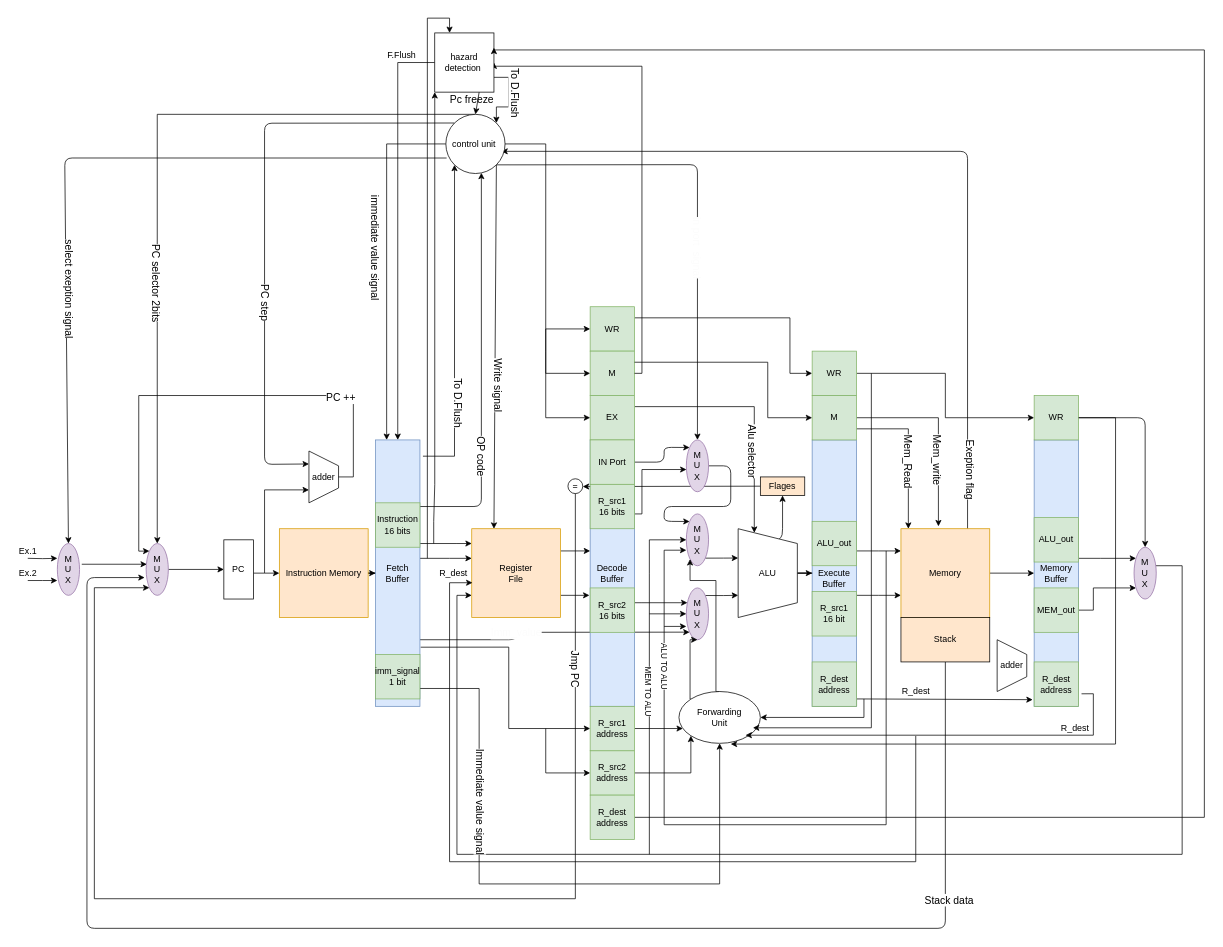
Before: Schema.drawio in menna15/RISCPiP, a draw.io diagram. Source tidied: cells renumbered, new cells numbered last; positions are measured from the earlier drawing's top-left corner, leaving out a move shared by most shapes. Both pictures are drawn from the tidied source at 74%, with x=0, y=0 at pixel (13, 18).
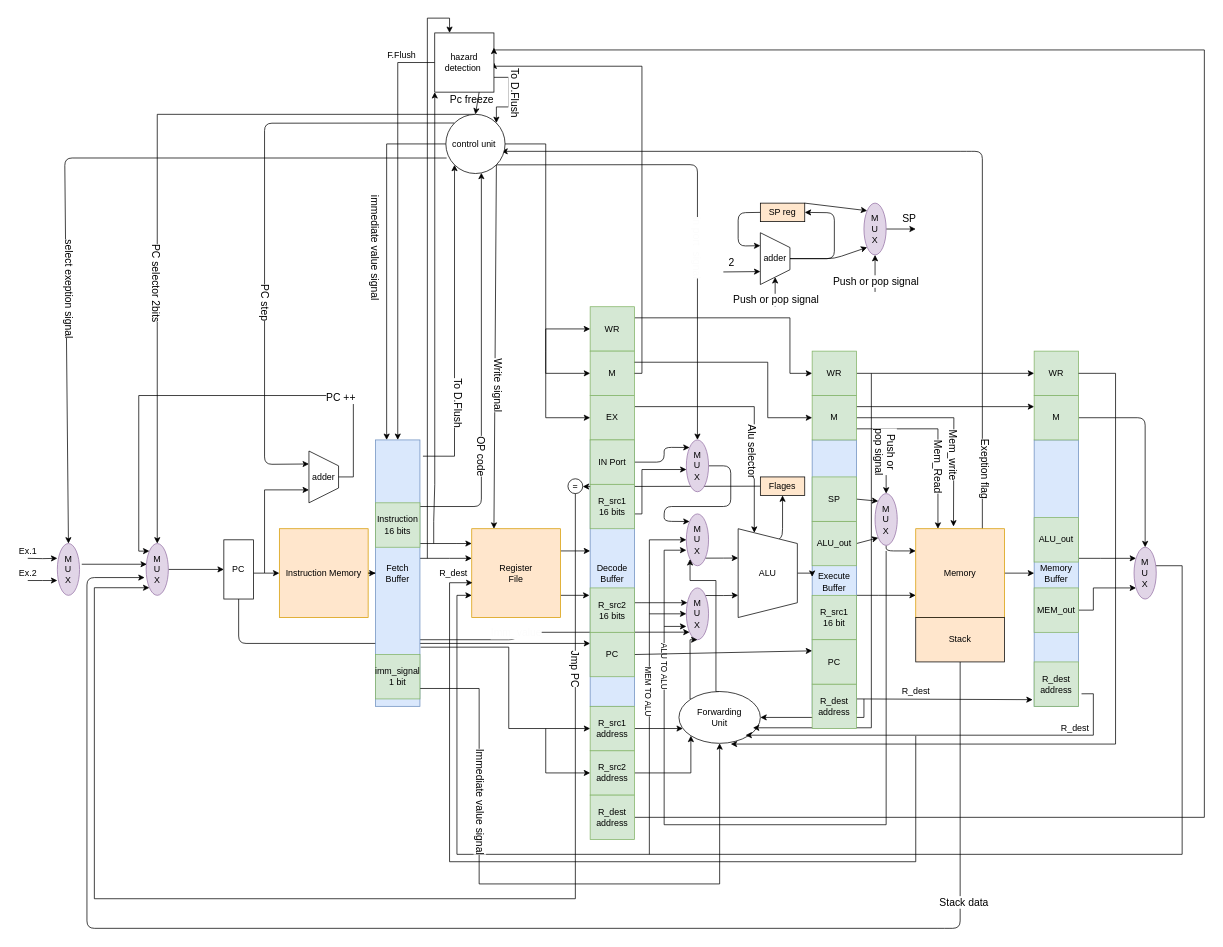
Above is the later version.

Unchanged cells that the change refers to:
```xml
<mxCell id="5" value="PC" style="rounded=0;whiteSpace=wrap;html=1;direction=south;" parent="1" vertex="1">
  <mxGeometry x="285" y="705" width="40" height="80" as="geometry" />
</mxCell>
<mxCell id="73" value="&lt;font color=&quot;#000000&quot;&gt;M&lt;/font&gt;" style="whiteSpace=wrap;html=1;fillColor=#d5e8d4;strokeColor=#82b366;" parent="1" vertex="1">
  <mxGeometry x="1080" y="510" width="60" height="60" as="geometry" />
</mxCell>
<mxCell id="79" value="&lt;div&gt;&lt;font color=&quot;#000000&quot;&gt;M&lt;/font&gt;&lt;/div&gt;&lt;div&gt;&lt;font color=&quot;#000000&quot;&gt;U&lt;/font&gt;&lt;/div&gt;&lt;div&gt;&lt;font color=&quot;#000000&quot;&gt;X&lt;/font&gt;&lt;/div&gt;" style="ellipse;whiteSpace=wrap;html=1;fillColor=#e1d5e7;strokeColor=#9673a6;" parent="1" vertex="1">
  <mxGeometry x="1515" y="715" width="30" height="70" as="geometry" />
</mxCell>
<mxCell id="83" value="&lt;div&gt;&lt;font color=&quot;#000000&quot;&gt;M&lt;/font&gt;&lt;/div&gt;&lt;div&gt;&lt;font color=&quot;#000000&quot;&gt;U&lt;/font&gt;&lt;/div&gt;&lt;div&gt;&lt;font color=&quot;#000000&quot;&gt;X&lt;/font&gt;&lt;/div&gt;" style="ellipse;whiteSpace=wrap;html=1;fillColor=#e1d5e7;strokeColor=#9673a6;" parent="1" vertex="1">
  <mxGeometry x="180" y="710" width="30" height="70" as="geometry" />
</mxCell>
<mxCell id="100" value="control unit&amp;nbsp;" style="ellipse;whiteSpace=wrap;html=1;" parent="1" vertex="1">
  <mxGeometry x="585" y="130" width="80" height="80" as="geometry" />
</mxCell>
<mxCell id="142" value="&lt;font color=&quot;#000000&quot;&gt;ALU_out&lt;br&gt;&lt;/font&gt;" style="whiteSpace=wrap;html=1;fillColor=#d5e8d4;strokeColor=#82b366;" parent="1" vertex="1">
  <mxGeometry x="1080" y="680" width="60" height="60" as="geometry" />
</mxCell>
```

What changed in the source:
```diff
@@
+    <mxCell id="147" style="edgeStyle=none;html=1;exitX=1;exitY=0.5;exitDx=0;exitDy=0;entryX=0;entryY=0.25;entryDx=0;entryDy=0;" parent="1" edge="1" source="5" target="155">
+      <mxGeometry relative="1" as="geometry">
+        <Array as="points">
+          <mxPoint x="305" y="845" />
+        </Array>
+      </mxGeometry>
+    </mxCell>
@@
-    <mxCell id="18" style="edgeStyle=orthogonalEdgeStyle;rounded=0;jettySize=auto;html=1;" parent="1" edge="1" source="21" target="64">
-      <mxGeometry relative="1" as="geometry">
-        <Array as="points">
-          <mxPoint x="1170" y="720" />
-          <mxPoint x="1170" y="720" />
-        </Array>
-      </mxGeometry>
-    </mxCell>
@@
     <mxCell id="21" value="&lt;div&gt;&lt;font color=&quot;#000000&quot;&gt;&lt;br&gt;&lt;/font&gt;&lt;/div&gt;&lt;div&gt;&lt;font color=&quot;#000000&quot;&gt;Execute&lt;br&gt;&lt;/font&gt;&lt;/div&gt;&lt;div&gt;&lt;font color=&quot;#000000&quot;&gt;Buffer&lt;/font&gt;&lt;/div&gt;" style="rounded=0;whiteSpace=wrap;html=1;fillColor=#dae8fc;strokeColor=#6c8ebf;" parent="1" vertex="1">
-      <mxGeometry x="1080" y="570" width="60" height="360" as="geometry" />
+      <mxGeometry x="1080" y="570" width="60" height="370" as="geometry" />
     </mxCell>
@@
     <mxCell id="62" style="edgeStyle=none;html=1;exitX=0.75;exitY=0;exitDx=0;exitDy=0;entryX=0.938;entryY=0.625;entryDx=0;entryDy=0;entryPerimeter=0;" parent="1" edge="1" source="64" target="100">
       <mxGeometry relative="1" as="geometry">
         <Array as="points">
+          <mxPoint x="1310" y="180" />
           <mxPoint x="1290" y="180" />
         </Array>
       </mxGeometry>
     </mxCell>
@@
     <mxCell id="64" value="&lt;font color=&quot;#000000&quot;&gt;Memory&lt;/font&gt;" style="whiteSpace=wrap;html=1;fillColor=#ffe6cc;strokeColor=#d79b00;" parent="1" vertex="1">
-      <mxGeometry x="1200" y="690" width="120" height="120" as="geometry" />
+      <mxGeometry x="1220" y="690" width="120" height="120" as="geometry" />
     </mxCell>
@@
-    <mxCell id="67" style="edgeStyle=none;html=1;exitX=1;exitY=0.5;exitDx=0;exitDy=0;entryX=0.5;entryY=0;entryDx=0;entryDy=0;" parent="1" edge="1" source="68" target="79">
-      <mxGeometry relative="1" as="geometry">
-        <Array as="points">
-          <mxPoint x="1530" y="540" />
-        </Array>
-      </mxGeometry>
-    </mxCell>
     <mxCell id="68" value="&lt;font color=&quot;#000000&quot;&gt;WR&lt;/font&gt;" style="whiteSpace=wrap;html=1;fillColor=#d5e8d4;strokeColor=#82b366;" parent="1" vertex="1">
-      <mxGeometry x="1380" y="510" width="60" height="60" as="geometry" />
+      <mxGeometry x="1380" y="450" width="60" height="60" as="geometry" />
     </mxCell>
-    <mxCell id="69" style="edgeStyle=orthogonalEdgeStyle;rounded=0;jettySize=auto;html=1;exitX=1;exitY=0.5;exitDx=0;exitDy=0;entryX=0.422;entryY=-0.027;entryDx=0;entryDy=0;entryPerimeter=0;endArrow=classic;endFill=1;" parent="1" edge="1" source="73" target="64">
-      <mxGeometry relative="1" as="geometry" />
+    <mxCell id="69" style="edgeStyle=orthogonalEdgeStyle;rounded=0;jettySize=auto;html=1;exitX=1;exitY=0.5;exitDx=0;exitDy=0;endArrow=classic;endFill=1;" parent="1" edge="1" source="73">
+      <mxGeometry relative="1" as="geometry">
+        <mxPoint x="1271" y="687" as="targetPoint" />
+      </mxGeometry>
     </mxCell>
@@
-    <mxCell id="71" style="edgeStyle=orthogonalEdgeStyle;rounded=0;jettySize=auto;html=1;exitX=1;exitY=0.75;exitDx=0;exitDy=0;endArrow=classic;endFill=1;" parent="1" edge="1" source="73">
+    <mxCell id="71" style="edgeStyle=orthogonalEdgeStyle;rounded=0;jettySize=auto;html=1;exitX=1;exitY=0.75;exitDx=0;exitDy=0;endArrow=classic;endFill=1;entryX=0.25;entryY=0;entryDx=0;entryDy=0;" parent="1" edge="1" source="73" target="64">
       <mxGeometry relative="1" as="geometry">
-        <mxPoint x="1210" y="690" as="targetPoint" />
         <Array as="points">
-          <mxPoint x="1210" y="555" />
+          <mxPoint x="1250" y="555" />
         </Array>
       </mxGeometry>
     </mxCell>
     <mxCell id="72" value="&lt;font style=&quot;font-size: 14px&quot;&gt;Mem_Read&lt;/font&gt;" style="edgeLabel;html=1;align=center;verticalAlign=middle;rotation=90;" parent="71" vertex="1">
-      <mxGeometry x="0.1" y="1" relative="1" as="geometry" />
+      <mxGeometry x="0.1" y="1" relative="1" as="geometry">
+        <mxPoint y="25" as="offset" />
+      </mxGeometry>
     </mxCell>
+    <mxCell id="148" style="edgeStyle=none;html=1;exitX=1;exitY=0.25;exitDx=0;exitDy=0;entryX=0;entryY=0.25;entryDx=0;entryDy=0;" parent="1" edge="1" source="73" target="153">
+      <mxGeometry relative="1" as="geometry" />
+    </mxCell>
@@
     <mxCell id="77" style="endArrow=classic;html=1;rounded=0;exitX=1;exitY=0.5;exitDx=0;exitDy=0;" parent="1" edge="1" source="68">
       <mxGeometry relative="1" as="geometry">
         <mxPoint x="970" y="981" as="targetPoint" />
         <Array as="points">
+          <mxPoint x="1490" y="480" />
           <mxPoint x="1490" y="540" />
           <mxPoint x="1490" y="981" />
         </Array>
       </mxGeometry>
     </mxCell>
@@
     <mxCell id="126" style="endArrow=classic;html=1;entryX=-0.067;entryY=0.657;entryDx=0;entryDy=0;entryPerimeter=0;exitX=0.5;exitY=1;exitDx=0;exitDy=0;" parent="1" edge="1" source="128" target="83">
       <mxGeometry relative="1" as="geometry">
         <Array as="points">
+          <mxPoint x="1280" y="1230" />
           <mxPoint x="1260" y="1230" />
           <mxPoint x="100" y="1230" />
           <mxPoint x="100" y="756" />
         </Array>
       </mxGeometry>
     </mxCell>
@@
     <mxCell id="128" value="&lt;font color=&quot;#000000&quot;&gt;Stack&lt;/font&gt;" style="rounded=0;whiteSpace=wrap;html=1;fillColor=#FFE6CC;" parent="1" vertex="1">
-      <mxGeometry x="1200" y="810" width="120" height="60" as="geometry" />
+      <mxGeometry x="1220" y="810" width="120" height="60" as="geometry" />
     </mxCell>
@@
     <mxCell id="140" value="&lt;font color=&quot;#000000&quot;&gt;R_dest&lt;br&gt;&lt;/font&gt;&lt;span style=&quot;color: rgb(0 , 0 , 0)&quot;&gt;address&lt;/span&gt;&lt;font color=&quot;#000000&quot;&gt;&lt;br&gt;&lt;/font&gt;" style="whiteSpace=wrap;html=1;fillColor=#d5e8d4;strokeColor=#82b366;" parent="1" vertex="1">
-      <mxGeometry x="1080" y="870" width="60" height="60" as="geometry" />
+      <mxGeometry x="1080" y="900" width="60" height="60" as="geometry" />
     </mxCell>
@@
+    <mxCell id="149" style="edgeStyle=none;html=1;exitX=1;exitY=0.5;exitDx=0;exitDy=0;entryX=0;entryY=1;entryDx=0;entryDy=0;" parent="1" edge="1" source="142" target="170">
+      <mxGeometry relative="1" as="geometry" />
+    </mxCell>
@@
     <mxCell id="143" value="&lt;font color=&quot;#000000&quot;&gt;R_src1&lt;br&gt;&lt;/font&gt;&lt;font color=&quot;#000000&quot;&gt;16 bit&lt;br&gt;&lt;/font&gt;" style="whiteSpace=wrap;html=1;fillColor=#d5e8d4;strokeColor=#82b366;" parent="1" vertex="1">
-      <mxGeometry x="1080" y="775" width="60" height="60" as="geometry" />
+      <mxGeometry x="1080" y="780" width="60" height="60" as="geometry" />
     </mxCell>
@@
+    <mxCell id="150" style="edgeStyle=none;html=1;exitX=0.5;exitY=0;exitDx=0;exitDy=0;entryX=1;entryY=0.5;entryDx=0;entryDy=0;" parent="1" edge="1" source="146" target="158">
+      <mxGeometry relative="1" as="geometry">
+        <Array as="points">
+          <mxPoint x="1110" y="325" />
+          <mxPoint x="1110" y="263" />
+        </Array>
+      </mxGeometry>
+    </mxCell>
+    <mxCell id="151" style="edgeStyle=none;html=1;exitX=0.5;exitY=0;exitDx=0;exitDy=0;entryX=0;entryY=1;entryDx=0;entryDy=0;" parent="1" edge="1" source="146" target="168">
+      <mxGeometry relative="1" as="geometry">
+        <Array as="points">
+          <mxPoint x="1110" y="325" />
+        </Array>
+      </mxGeometry>
+    </mxCell>
     <mxCell id="146" value="adder" style="shape=trapezoid;perimeter=trapezoidPerimeter;whiteSpace=wrap;html=1;fixedSize=1;direction=south;" parent="1" vertex="1">
-      <mxGeometry x="1330" y="840" width="40" height="70" as="geometry" />
+      <mxGeometry x="1010" y="290" width="40" height="70" as="geometry" />
     </mxCell>
+    <mxCell id="152" style="edgeStyle=none;html=1;exitX=1;exitY=0.5;exitDx=0;exitDy=0;entryX=0.5;entryY=0;entryDx=0;entryDy=0;" parent="1" edge="1" source="153" target="79">
+      <mxGeometry relative="1" as="geometry">
+        <Array as="points">
+          <mxPoint x="1530" y="540" />
+        </Array>
+      </mxGeometry>
+    </mxCell>
+    <mxCell id="153" value="&lt;font color=&quot;#000000&quot;&gt;M&lt;/font&gt;" style="whiteSpace=wrap;html=1;fillColor=#d5e8d4;strokeColor=#82b366;" parent="1" vertex="1">
+      <mxGeometry x="1380" y="510" width="60" height="60" as="geometry" />
+    </mxCell>
+    <mxCell id="154" style="edgeStyle=none;html=1;exitX=1;exitY=0.5;exitDx=0;exitDy=0;entryX=0;entryY=0.25;entryDx=0;entryDy=0;" parent="1" edge="1" source="155" target="163">
+      <mxGeometry relative="1" as="geometry" />
+    </mxCell>
+    <mxCell id="155" value="&lt;font color=&quot;#000000&quot;&gt;PC&lt;br&gt;&lt;/font&gt;" style="whiteSpace=wrap;html=1;fillColor=#d5e8d4;strokeColor=#82b366;" parent="1" vertex="1">
+      <mxGeometry x="780" y="830" width="60" height="60" as="geometry" />
+    </mxCell>
+    <mxCell id="156" style="edgeStyle=none;html=1;exitX=0;exitY=0.5;exitDx=0;exitDy=0;entryX=0.25;entryY=1;entryDx=0;entryDy=0;" parent="1" edge="1" source="158" target="146">
+      <mxGeometry relative="1" as="geometry">
+        <Array as="points">
+          <mxPoint x="980" y="263" />
+          <mxPoint x="980" y="308" />
+        </Array>
+      </mxGeometry>
+    </mxCell>
+    <mxCell id="157" style="edgeStyle=none;html=1;exitX=1;exitY=0;exitDx=0;exitDy=0;entryX=0;entryY=0;entryDx=0;entryDy=0;" parent="1" edge="1" source="158" target="168">
+      <mxGeometry relative="1" as="geometry" />
+    </mxCell>
+    <mxCell id="158" value="&lt;font color=&quot;#000000&quot;&gt;SP reg&lt;/font&gt;" style="rounded=0;whiteSpace=wrap;html=1;fillColor=#FFE6CC;" parent="1" vertex="1">
+      <mxGeometry x="1010" y="250" width="60" height="25" as="geometry" />
+    </mxCell>
+    <mxCell id="159" style="endArrow=classic;html=1;entryX=0.75;entryY=1;entryDx=0;entryDy=0;" parent="1" edge="1" target="146">
+      <mxGeometry relative="1" as="geometry">
+        <mxPoint x="960" y="343" as="sourcePoint" />
+      </mxGeometry>
+    </mxCell>
+    <mxCell id="160" value="&lt;font style=&quot;font-size: 14px&quot;&gt;2&lt;/font&gt;" style="edgeLabel;html=1;align=center;verticalAlign=middle;" parent="159" vertex="1">
+      <mxGeometry x="-0.56" relative="1" as="geometry">
+        <mxPoint y="-13" as="offset" />
+      </mxGeometry>
+    </mxCell>
+    <mxCell id="161" style="endArrow=classic;html=1;entryX=1;entryY=0.5;entryDx=0;entryDy=0;" parent="1" edge="1" target="146">
+      <mxGeometry relative="1" as="geometry">
+        <mxPoint x="1030" y="390" as="sourcePoint" />
+      </mxGeometry>
+    </mxCell>
+    <mxCell id="162" value="&lt;font style=&quot;font-size: 14px&quot;&gt;Push or pop signal&lt;/font&gt;" style="edgeLabel;html=1;align=center;verticalAlign=middle;" parent="161" vertex="1">
+      <mxGeometry x="-0.5" relative="1" as="geometry" />
+    </mxCell>
+    <mxCell id="163" value="&lt;font color=&quot;#000000&quot;&gt;PC&lt;br&gt;&lt;/font&gt;" style="whiteSpace=wrap;html=1;fillColor=#d5e8d4;strokeColor=#82b366;" parent="1" vertex="1">
+      <mxGeometry x="1080" y="840" width="60" height="60" as="geometry" />
+    </mxCell>
+    <mxCell id="164" style="edgeStyle=none;html=1;exitX=1;exitY=0.5;exitDx=0;exitDy=0;entryX=0;entryY=0;entryDx=0;entryDy=0;" parent="1" edge="1" source="165" target="170">
+      <mxGeometry relative="1" as="geometry" />
+    </mxCell>
+    <mxCell id="165" value="&lt;font color=&quot;#000000&quot;&gt;SP&lt;br&gt;&lt;/font&gt;" style="whiteSpace=wrap;html=1;fillColor=#d5e8d4;strokeColor=#82b366;" parent="1" vertex="1">
+      <mxGeometry x="1080" y="620" width="60" height="60" as="geometry" />
+    </mxCell>
+    <mxCell id="166" style="edgeStyle=none;html=1;exitX=1;exitY=0.5;exitDx=0;exitDy=0;" parent="1" edge="1" source="168">
+      <mxGeometry relative="1" as="geometry">
+        <mxPoint x="1220" y="285" as="targetPoint" />
+      </mxGeometry>
+    </mxCell>
+    <mxCell id="167" value="&lt;font style=&quot;font-size: 14px&quot;&gt;SP&lt;/font&gt;" style="edgeLabel;html=1;align=center;verticalAlign=middle;" parent="166" vertex="1">
+      <mxGeometry x="0.5" y="2" relative="1" as="geometry">
+        <mxPoint y="-13" as="offset" />
+      </mxGeometry>
+    </mxCell>
+    <mxCell id="168" value="&lt;div&gt;&lt;font color=&quot;#000000&quot;&gt;M&lt;/font&gt;&lt;/div&gt;&lt;div&gt;&lt;font color=&quot;#000000&quot;&gt;U&lt;/font&gt;&lt;/div&gt;&lt;div&gt;&lt;font color=&quot;#000000&quot;&gt;X&lt;/font&gt;&lt;/div&gt;" style="ellipse;whiteSpace=wrap;html=1;fillColor=#e1d5e7;strokeColor=#9673a6;" parent="1" vertex="1">
+      <mxGeometry x="1150" y="250" width="30" height="70" as="geometry" />
+    </mxCell>
+    <mxCell id="169" style="edgeStyle=none;html=1;exitX=0.5;exitY=1;exitDx=0;exitDy=0;entryX=0;entryY=0.25;entryDx=0;entryDy=0;" parent="1" edge="1" source="170" target="64">
+      <mxGeometry relative="1" as="geometry">
+        <Array as="points">
+          <mxPoint x="1180" y="720" />
+        </Array>
+      </mxGeometry>
+    </mxCell>
+    <mxCell id="170" value="&lt;div&gt;&lt;font color=&quot;#000000&quot;&gt;M&lt;/font&gt;&lt;/div&gt;&lt;div&gt;&lt;font color=&quot;#000000&quot;&gt;U&lt;/font&gt;&lt;/div&gt;&lt;div&gt;&lt;font color=&quot;#000000&quot;&gt;X&lt;/font&gt;&lt;/div&gt;" style="ellipse;whiteSpace=wrap;html=1;fillColor=#e1d5e7;strokeColor=#9673a6;" parent="1" vertex="1">
+      <mxGeometry x="1165" y="642.5" width="30" height="70" as="geometry" />
+    </mxCell>
+    <mxCell id="171" style="edgeStyle=none;html=1;" parent="1" edge="1" target="170">
+      <mxGeometry relative="1" as="geometry">
+        <mxPoint x="1180" y="590" as="sourcePoint" />
+      </mxGeometry>
+    </mxCell>
+    <mxCell id="172" value="&lt;span style=&quot;font-size: 14px&quot;&gt;Push or &lt;br&gt;pop signal&lt;/span&gt;" style="edgeLabel;html=1;align=center;verticalAlign=middle;rotation=90;" parent="171" vertex="1">
+      <mxGeometry x="0.37" relative="1" as="geometry">
+        <mxPoint y="-41" as="offset" />
+      </mxGeometry>
+    </mxCell>
+    <mxCell id="173" style="endArrow=classic;html=1;entryX=0.5;entryY=1;entryDx=0;entryDy=0;" parent="1" edge="1" target="168">
+      <mxGeometry relative="1" as="geometry">
+        <mxPoint x="1165" y="370" as="sourcePoint" />
+      </mxGeometry>
+    </mxCell>
+    <mxCell id="174" value="&lt;span style=&quot;font-size: 14px&quot;&gt;Push or pop signal&lt;/span&gt;" style="edgeLabel;html=1;align=center;verticalAlign=middle;" parent="173" vertex="1">
+      <mxGeometry x="-0.4" relative="1" as="geometry" />
+    </mxCell>
```
